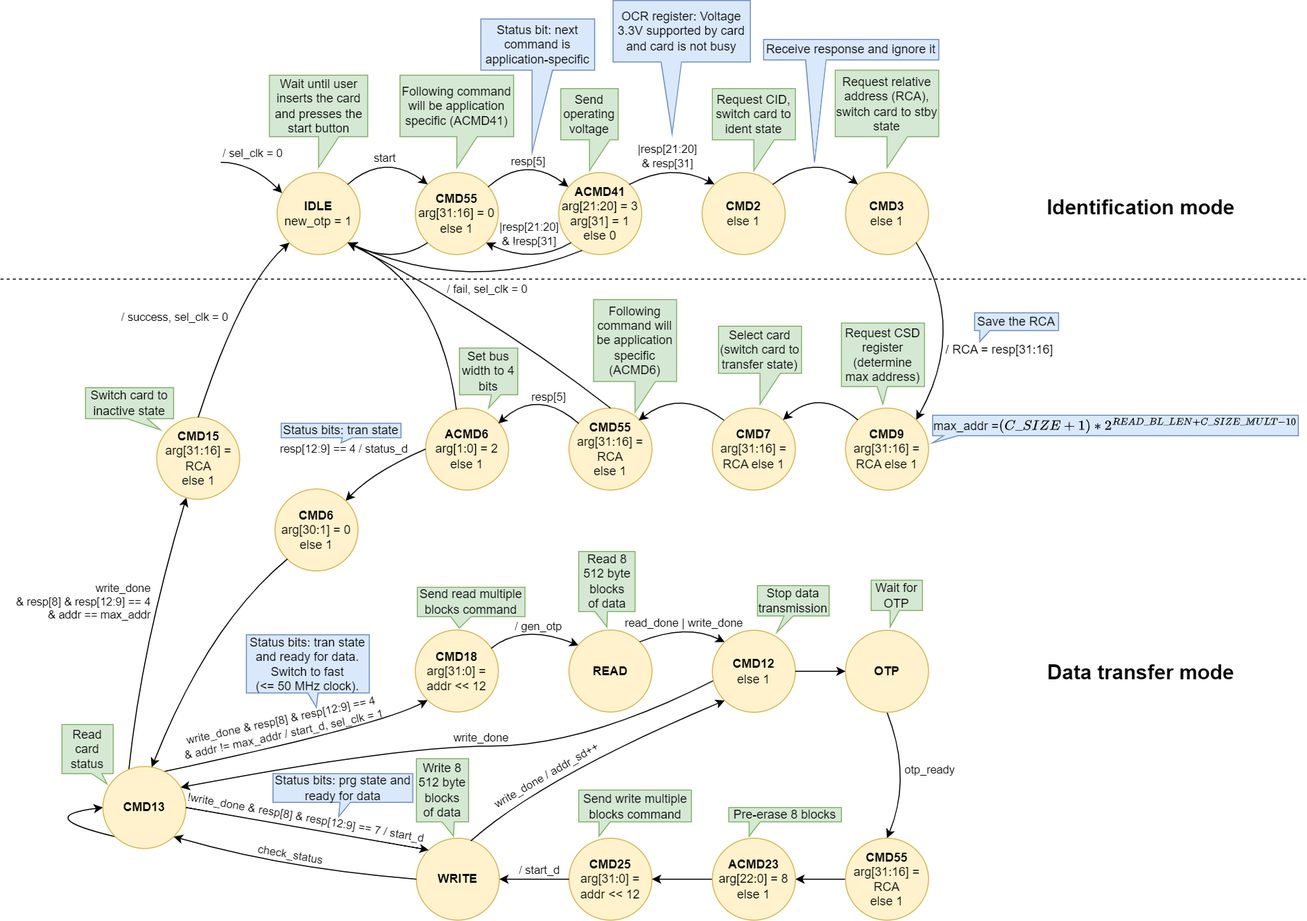
Before: docs/SD/SD_fpga_states.png, a diagram exported from draw.io (sirazenkov/GhostSD). Source tidied: cells renumbered, new cells last; positions are measured from the earlier drawing's top-left corner, leaving out a move shared by most shapes.
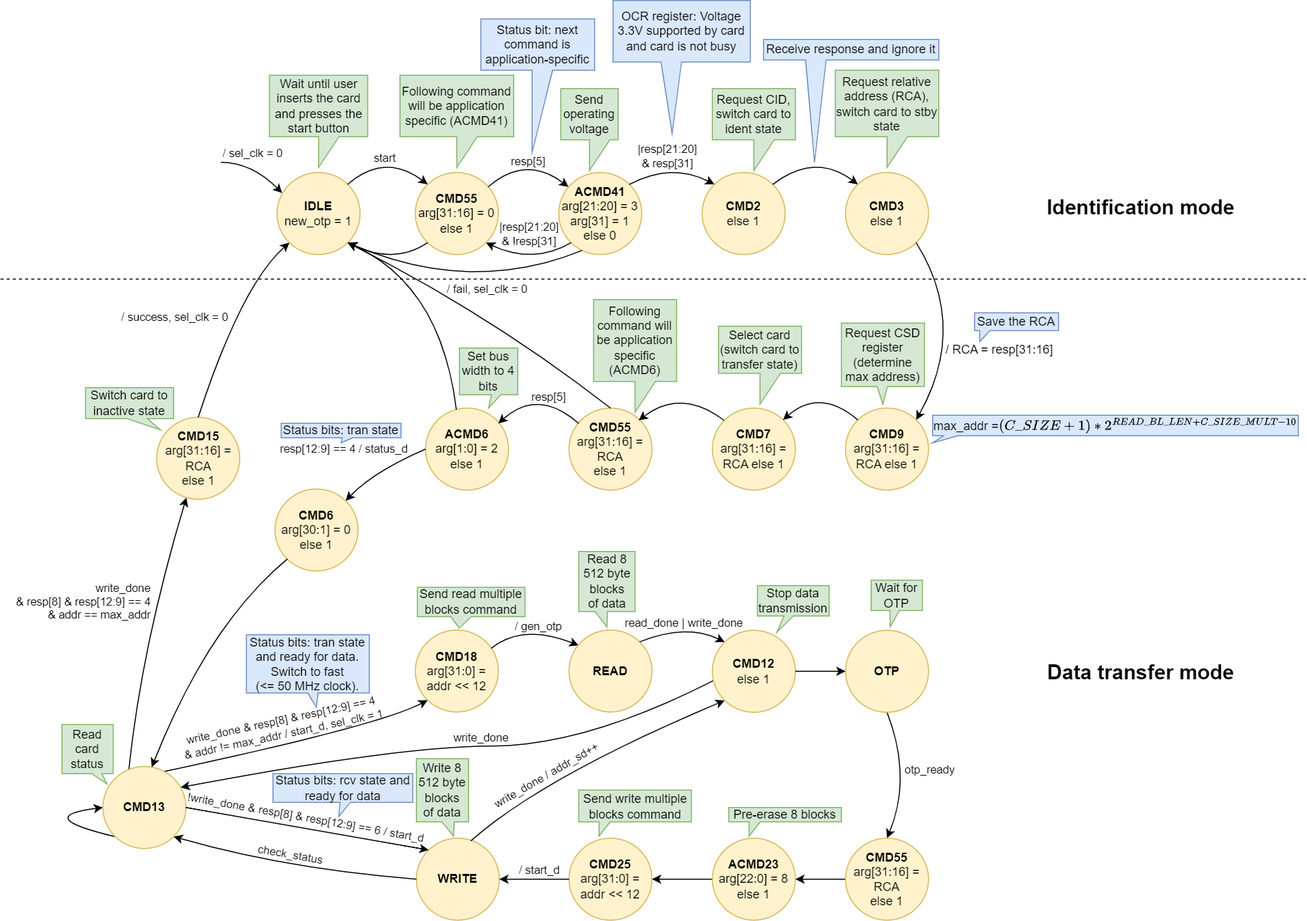
Later version of the same file.

Commit message:
Fixed waiting for rcv ready on SD controller FSM diagram

Diff of the diagram source:
```diff
@@ -431,12 +431,12 @@
     <mxCell id="94" style="curved=1;endArrow=none;html=1;rounded=0;startArrow=classic;startFill=1;endFill=0;exitX=0;exitY=0;exitDx=0;exitDy=0;entryX=1;entryY=0.5;entryDx=0;entryDy=0;" parent="1" edge="1" source="66" target="88">
       <mxGeometry relative="1" as="geometry" />
     </mxCell>
-    <mxCell id="95" value="!write_done &amp;amp; resp[8] &amp;amp; resp[12:9] == 7 / start_d" style="edgeLabel;html=1;align=center;verticalAlign=middle;labelBackgroundColor=none;rotation=10;" parent="94" vertex="1">
+    <mxCell id="95" value="!write_done &amp;amp; resp[8] &amp;amp; resp[12:9] == 6 / start_d" style="edgeLabel;html=1;align=center;verticalAlign=middle;labelBackgroundColor=none;rotation=10;" parent="94" vertex="1">
       <mxGeometry x="-0.01" y="11" relative="1" as="geometry">
         <mxPoint x="-1" y="-22" as="offset" />
       </mxGeometry>
     </mxCell>
-    <mxCell id="96" value="Status bits: prg state and ready for data" style="shape=callout;whiteSpace=wrap;html=1;perimeter=calloutPerimeter;fillColor=#dae8fc;strokeColor=#6c8ebf;size=14;position=0.48;position2=0.47;base=10;" parent="1" vertex="1">
+    <mxCell id="96" value="Status bits: rcv state and ready for data" style="shape=callout;whiteSpace=wrap;html=1;perimeter=calloutPerimeter;fillColor=#dae8fc;strokeColor=#6c8ebf;size=14;position=0.48;position2=0.47;base=10;" parent="1" vertex="1">
       <mxGeometry x="266" y="755" width="136.5" height="42" as="geometry" />
     </mxCell>
     <mxCell id="97" value="Read card status" style="shape=callout;whiteSpace=wrap;html=1;perimeter=calloutPerimeter;fillColor=#d5e8d4;strokeColor=#82b366;size=10;position=0.58;position2=0.88;base=10;" parent="1" vertex="1">
```
